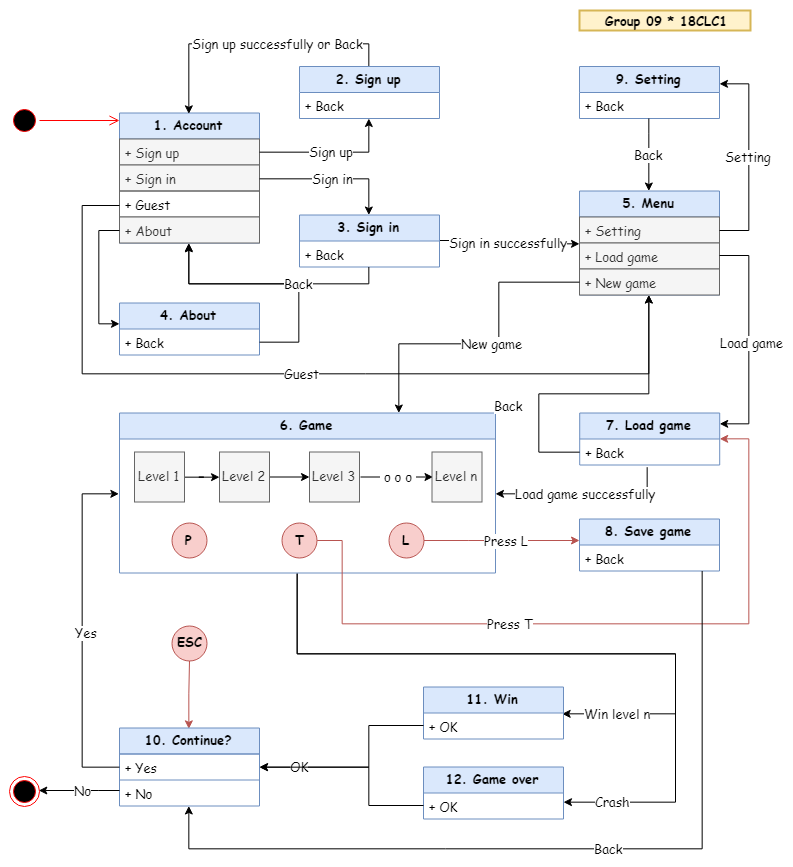
Before: Road Crossing Game/Screens Script.png, a diagram exported from draw.io (kieuconghau/lthdt-18clc1-09). Source tidied: cells renumbered, new cells last; positions are measured from the earlier drawing's top-left corner, leaving out a move shared by most shapes.
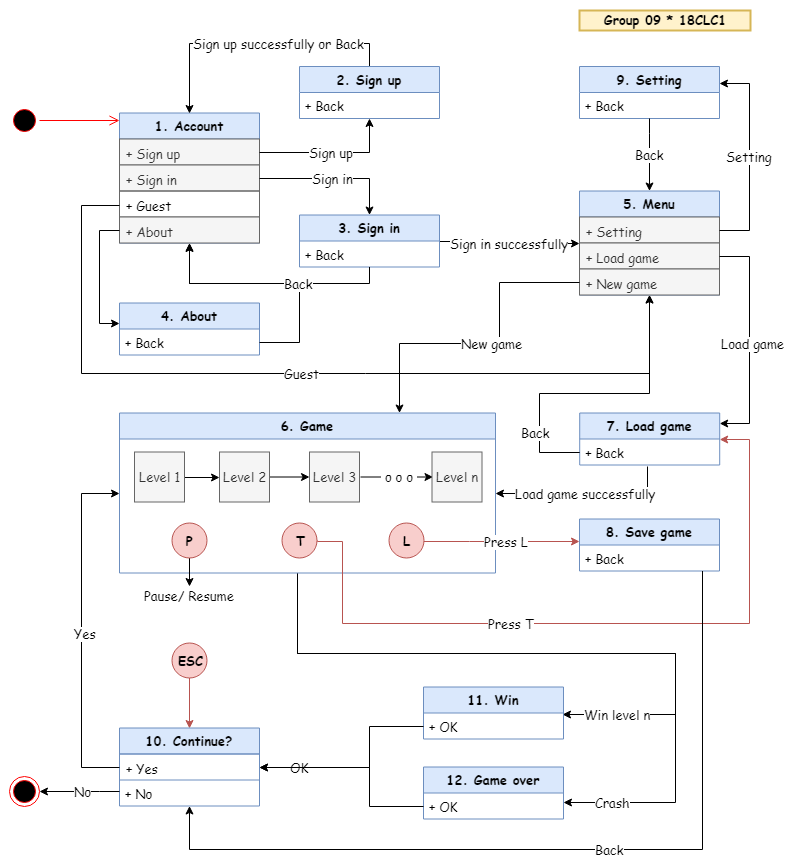
The same file after the commit.

Commit message:
Screen script: add Pause/Reusume function

What changed in the source:
```diff
@@ -194,6 +194,12 @@
     <mxCell id="44" value="Level n" style="html=1;fontFamily=Comic Sans MS;fontSize=13;fillColor=#f5f5f5;strokeColor=#666666;fontColor=#333333;" parent="1" vertex="1">
       <mxGeometry x="422.5" y="441.5" width="50" height="50" as="geometry" />
     </mxCell>
+    <mxCell id="70" value="Pause/ Resume" style="edgeStyle=orthogonalEdgeStyle;rounded=0;jettySize=auto;html=1;fontSize=13;fontFamily=Comic Sans MS;" parent="1" edge="1" source="45">
+      <mxGeometry x="1" y="9" relative="1" as="geometry">
+        <mxPoint x="180" y="576" as="targetPoint" />
+        <mxPoint x="-9" y="9" as="offset" />
+      </mxGeometry>
+    </mxCell>
     <mxCell id="45" value="P" style="ellipse;whiteSpace=wrap;html=1;fontFamily=Comic Sans MS;fontSize=13;fillColor=#f8cecc;strokeColor=#b85450;fontStyle=1;" parent="1" vertex="1">
       <mxGeometry x="162.5" y="512.5" width="35" height="35" as="geometry" />
     </mxCell>
@@ -226,7 +232,7 @@
       <mxGeometry relative="1" as="geometry" />
     </mxCell>
     <mxCell id="51" value="ESC" style="ellipse;whiteSpace=wrap;html=1;fontFamily=Comic Sans MS;fontSize=13;fillColor=#f8cecc;strokeColor=#b85450;fontStyle=1;" parent="1" vertex="1">
-      <mxGeometry x="162.5" y="615" width="35" height="35" as="geometry" />
+      <mxGeometry x="162.5" y="632.5" width="35" height="35" as="geometry" />
     </mxCell>
     <mxCell id="52" value="Load game" style="edgeStyle=orthogonalEdgeStyle;rounded=0;jettySize=auto;html=1;fontFamily=Comic Sans MS;fontSize=13;align=left;" parent="1" edge="1" source="12" target="33">
       <mxGeometry x="0.03" y="-30" relative="1" as="geometry">
```
